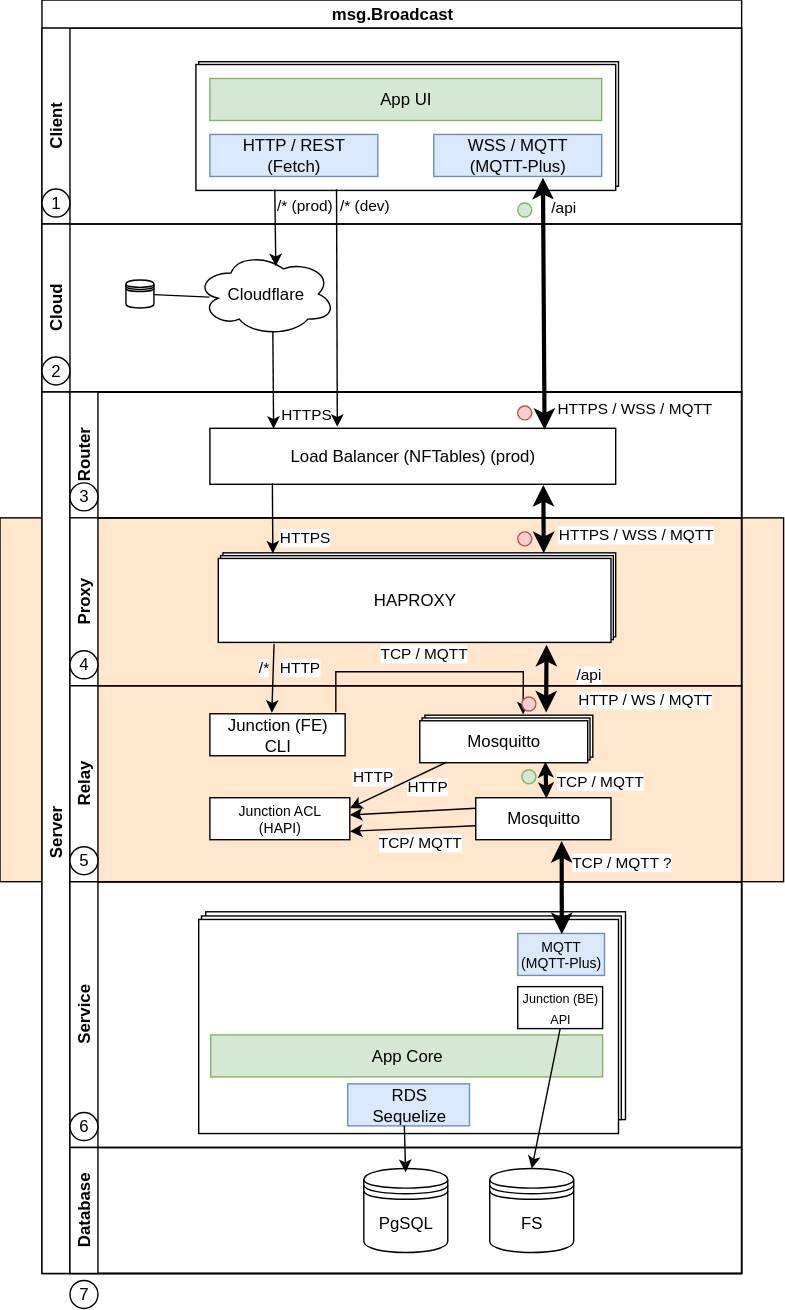
rse/broadcast keeps this draw.io diagram as doc/4-architecture-view.svg. Above is the earlier version. Source tidied: cells renumbered, new cells last; positions are measured from the earlier drawing's top-left corner, leaving out a move shared by most shapes.
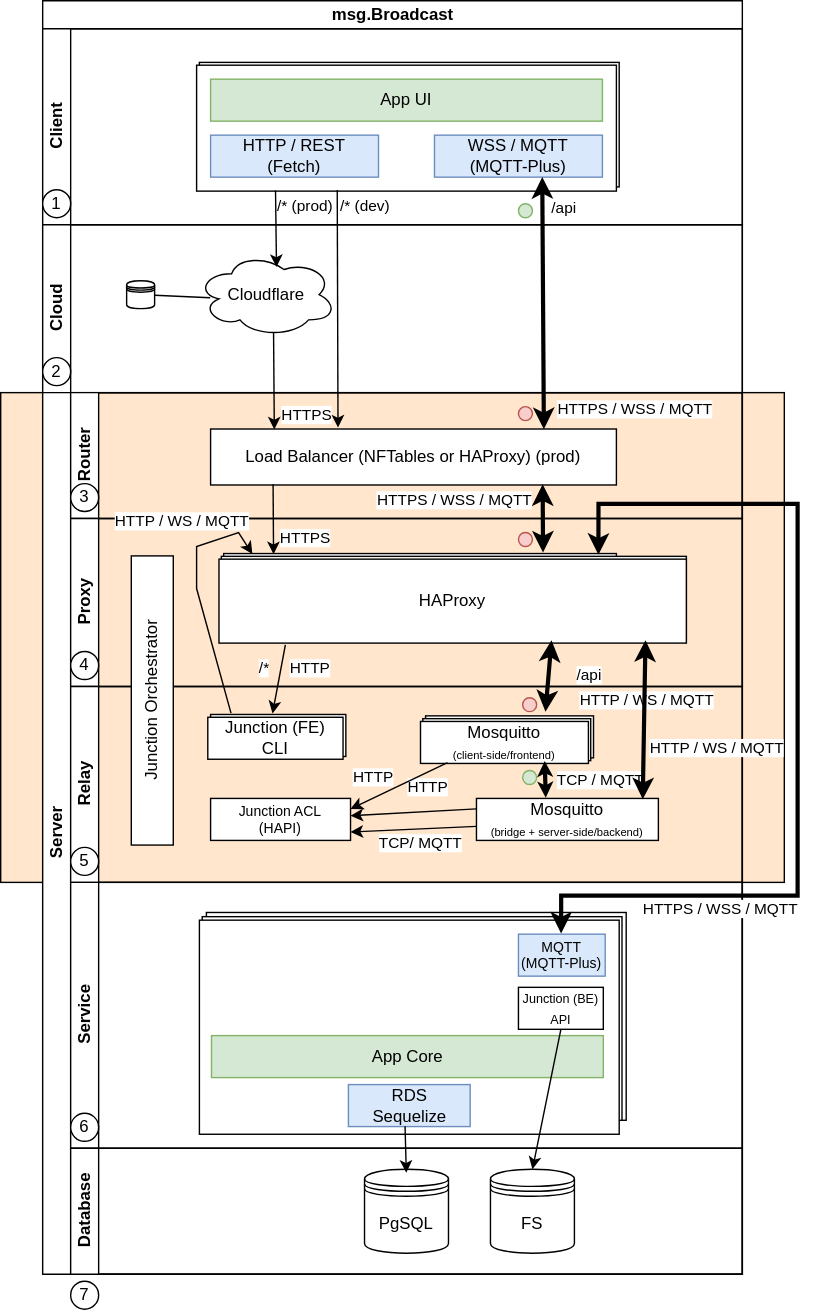
After the commit.

Commit message:
include router into Junction box

Change to the diagram source:
```diff
@@ -3,7 +3,7 @@
     <mxCell id="0" />
     <mxCell id="1" parent="0" />
     <mxCell id="2" style="rounded=0;whiteSpace=wrap;html=1;fillColor=#FFE6CC;" parent="1" vertex="1">
-      <mxGeometry y="370" width="560" height="260" as="geometry" />
+      <mxGeometry y="280" width="560" height="350" as="geometry" />
     </mxCell>
     <mxCell id="3" value="msg.Broadcast" style="swimlane;horizontal=1;startSize=20;html=1;" parent="1" vertex="1">
       <mxGeometry x="30" width="500" height="910" as="geometry" />
@@ -53,7 +53,7 @@
     <mxCell id="18" value="Router" style="swimlane;startSize=20;horizontal=0;html=1;" parent="17" vertex="1">
       <mxGeometry x="20" width="480" height="90" as="geometry" />
     </mxCell>
-    <mxCell id="19" value="Load Balancer (NFTables) (prod)" style="rounded=0;whiteSpace=wrap;html=1;" parent="18" vertex="1">
+    <mxCell id="19" value="Load Balancer (NFTables or HAProxy) (prod)" style="rounded=0;whiteSpace=wrap;html=1;" parent="18" vertex="1">
       <mxGeometry x="100" y="26" width="290" height="40" as="geometry" />
     </mxCell>
     <mxCell id="20" value="3" style="ellipse;whiteSpace=wrap;html=1;" parent="18" vertex="1">
@@ -69,10 +69,10 @@
       <mxGeometry x="109.4" y="25" width="280.6" height="60" as="geometry" />
     </mxCell>
     <mxCell id="24" style="rounded=0;whiteSpace=wrap;html=1;" parent="22" vertex="1">
-      <mxGeometry x="107.7" y="27" width="280.6" height="60" as="geometry" />
+      <mxGeometry x="107.7" y="27" width="332.3" height="60" as="geometry" />
     </mxCell>
-    <mxCell id="25" value="HAPROXY" style="rounded=0;whiteSpace=wrap;html=1;" parent="22" vertex="1">
-      <mxGeometry x="106" y="29" width="280.6" height="60" as="geometry" />
+    <mxCell id="25" value="HAProxy" style="rounded=0;whiteSpace=wrap;html=1;" parent="22" vertex="1">
+      <mxGeometry x="106" y="29" width="334" height="60" as="geometry" />
     </mxCell>
     <mxCell id="26" value="4" style="ellipse;whiteSpace=wrap;html=1;" parent="22" vertex="1">
       <mxGeometry y="95" width="20" height="20" as="geometry" />
@@ -89,11 +89,11 @@
     <mxCell id="30" style="rounded=0;whiteSpace=wrap;html=1;" parent="28" vertex="1">
       <mxGeometry x="251.6" y="23" width="120" height="30" as="geometry" />
     </mxCell>
-    <mxCell id="31" value="Mosquitto" style="rounded=0;whiteSpace=wrap;html=1;" parent="28" vertex="1">
+    <mxCell id="31" value="Mosquitto&lt;br&gt;&lt;font style=&quot;font-size: 8px;&quot;&gt;(client-side/frontend)&lt;/font&gt;" style="rounded=0;whiteSpace=wrap;html=1;" parent="28" vertex="1">
       <mxGeometry x="250" y="25" width="120" height="30" as="geometry" />
     </mxCell>
-    <mxCell id="32" value="Mosquitto" style="rounded=0;whiteSpace=wrap;html=1;" parent="28" vertex="1">
-      <mxGeometry x="290" y="80" width="96.7" height="30" as="geometry" />
+    <mxCell id="32" value="Mosquitto&lt;br&gt;&lt;font style=&quot;font-size: 8px;&quot;&gt;(bridge + server-side/backend)&lt;/font&gt;" style="rounded=0;whiteSpace=wrap;html=1;" parent="28" vertex="1">
+      <mxGeometry x="290" y="80" width="130" height="30" as="geometry" />
     </mxCell>
     <mxCell id="33" value="5" style="ellipse;whiteSpace=wrap;html=1;" parent="28" vertex="1">
       <mxGeometry y="115" width="20" height="20" as="geometry" />
@@ -111,20 +111,6 @@
     <mxCell id="36" value="Junction (FE)&lt;br&gt;CLI" style="rounded=0;whiteSpace=wrap;html=1;" parent="28" vertex="1">
       <mxGeometry x="100" y="20" width="96.7" height="30" as="geometry" />
     </mxCell>
-    <mxCell id="37" style="endArrow=classic;html=1;rounded=0;entryX=0.585;entryY=-0.018;entryDx=0;entryDy=0;entryPerimeter=0;" parent="28" edge="1" target="29">
-      <mxGeometry relative="1" as="geometry">
-        <mxPoint x="190" y="19" as="sourcePoint" />
-        <Array as="points">
-          <mxPoint x="190" y="-10" />
-          <mxPoint x="324" y="-10" />
-        </Array>
-      </mxGeometry>
-    </mxCell>
-    <mxCell id="38" value="TCP / MQTT" style="edgeLabel;html=1;align=left;verticalAlign=bottom;" parent="37" vertex="1">
-      <mxGeometry x="-1" relative="1" as="geometry">
-        <mxPoint x="30" y="-34" as="offset" />
-      </mxGeometry>
-    </mxCell>
     <mxCell id="39" style="ellipse;whiteSpace=wrap;html=1;fillColor=#f8cecc;strokeColor=#b85450;" parent="28" vertex="1">
       <mxGeometry x="323" y="8" width="10" height="10" as="geometry" />
     </mxCell>
@@ -140,6 +126,9 @@
         <mxPoint x="200" y="104" as="targetPoint" />
       </mxGeometry>
     </mxCell>
+    <mxCell id="84" value="Junction (FE)&lt;br&gt;CLI" style="rounded=0;whiteSpace=wrap;html=1;" parent="28" vertex="1">
+      <mxGeometry x="98" y="22" width="96.7" height="30" as="geometry" />
+    </mxCell>
     <mxCell id="43" value="Service" style="swimlane;startSize=20;horizontal=0;html=1;" parent="17" vertex="1">
       <mxGeometry x="20" y="350" width="480" height="190" as="geometry" />
     </mxCell>
@@ -192,10 +181,10 @@
     </mxCell>
     <mxCell id="59" value="HTTPS / WSS / MQTT" style="edgeLabel;html=1;align=right;verticalAlign=bottom;" parent="58" vertex="1">
       <mxGeometry x="1" relative="1" as="geometry">
-        <mxPoint x="122" y="-5" as="offset" />
+        <mxPoint x="-8" y="-30" as="offset" />
       </mxGeometry>
     </mxCell>
-    <mxCell id="60" style="endArrow=classic;html=1;rounded=0;exitX=0.834;exitY=1.02;exitDx=0;exitDy=0;exitPerimeter=0;entryX=0.718;entryY=-0.081;entryDx=0;entryDy=0;entryPerimeter=0;startArrow=classic;startFill=1;strokeWidth=3;" parent="17" edge="1" source="25" target="29">
+    <mxCell id="60" style="endArrow=classic;html=1;rounded=0;exitX=0.713;exitY=0.975;exitDx=0;exitDy=0;exitPerimeter=0;entryX=0.718;entryY=-0.081;entryDx=0;entryDy=0;entryPerimeter=0;startArrow=classic;startFill=1;strokeWidth=3;" parent="17" edge="1" source="25" target="29">
       <mxGeometry relative="1" as="geometry" />
     </mxCell>
     <mxCell id="61" value="HTTP / WS / MQTT" style="edgeLabel;html=1;align=right;verticalAlign=bottom;" parent="60" vertex="1">
@@ -214,17 +203,46 @@
     <mxCell id="64" style="endArrow=classic;html=1;rounded=0;entryX=0.498;entryY=0.043;entryDx=0;entryDy=0;entryPerimeter=0;exitX=0.465;exitY=0.993;exitDx=0;exitDy=0;exitPerimeter=0;" parent="17" edge="1" source="49" target="52">
       <mxGeometry relative="1" as="geometry" />
     </mxCell>
-    <mxCell id="65" style="endArrow=classic;html=1;rounded=0;startArrow=classic;startFill=1;exitX=0.63;exitY=1.017;exitDx=0;exitDy=0;exitPerimeter=0;entryX=0.5;entryY=0;entryDx=0;entryDy=0;strokeWidth=3;" parent="17" edge="1" source="32" target="48">
-      <mxGeometry relative="1" as="geometry" />
+    <mxCell id="65" style="endArrow=classic;html=1;rounded=0;startArrow=classic;startFill=1;exitX=0.956;exitY=0.024;exitDx=0;exitDy=0;exitPerimeter=0;entryX=0.5;entryY=0;entryDx=0;entryDy=0;strokeWidth=3;edgeStyle=orthogonalEdgeStyle;" parent="17" edge="1" source="23" target="48">
+      <mxGeometry relative="1" as="geometry">
+        <Array as="points">
+          <mxPoint x="398" y="80" />
+          <mxPoint x="540" y="80" />
+          <mxPoint x="540" y="360" />
+          <mxPoint x="371" y="360" />
+        </Array>
+      </mxGeometry>
     </mxCell>
-    <mxCell id="66" value="TCP / MQTT ?" style="edgeLabel;html=1;align=right;verticalAlign=bottom;" parent="65" vertex="1">
+    <mxCell id="66" value="HTTPS / WSS / MQTT" style="edgeLabel;html=1;align=right;verticalAlign=bottom;" parent="65" vertex="1">
       <mxGeometry x="1" relative="1" as="geometry">
-        <mxPoint x="79" y="-42" as="offset" />
+        <mxPoint x="169" y="-10" as="offset" />
       </mxGeometry>
     </mxCell>
     <mxCell id="67" style="endArrow=classic;html=1;rounded=0;entryX=0.5;entryY=0;entryDx=0;entryDy=0;exitX=0.5;exitY=1;exitDx=0;exitDy=0;" parent="17" edge="1" source="50" target="55">
       <mxGeometry relative="1" as="geometry" />
     </mxCell>
+    <mxCell id="85" style="endArrow=classic;html=1;rounded=0;exitX=0.914;exitY=0.975;exitDx=0;exitDy=0;exitPerimeter=0;startArrow=classic;startFill=1;strokeWidth=3;entryX=0.918;entryY=0.039;entryDx=0;entryDy=0;entryPerimeter=0;" parent="17" edge="1" source="25" target="32">
+      <mxGeometry relative="1" as="geometry" />
+    </mxCell>
+    <mxCell id="86" value="HTTP / WS / MQTT" style="edgeLabel;html=1;align=right;verticalAlign=bottom;" parent="85" vertex="1">
+      <mxGeometry x="1" relative="1" as="geometry">
+        <mxPoint x="101" y="-29" as="offset" />
+      </mxGeometry>
+    </mxCell>
+    <mxCell id="37" style="endArrow=classic;html=1;rounded=0;entryX=0.073;entryY=0.006;entryDx=0;entryDy=0;entryPerimeter=0;exitX=0.151;exitY=-0.032;exitDx=0;exitDy=0;exitPerimeter=0;" parent="17" edge="1" source="36" target="23">
+      <mxGeometry relative="1" as="geometry">
+        <Array as="points">
+          <mxPoint x="110" y="140" />
+          <mxPoint x="110" y="110" />
+          <mxPoint x="140" y="100" />
+        </Array>
+      </mxGeometry>
+    </mxCell>
+    <mxCell id="38" value="HTTP / WS / MQTT" style="edgeLabel;html=1;align=left;verticalAlign=bottom;" parent="37" vertex="1">
+      <mxGeometry x="-1" relative="1" as="geometry">
+        <mxPoint x="-85" y="-129" as="offset" />
+      </mxGeometry>
+    </mxCell>
     <mxCell id="68" style="endArrow=classic;html=1;rounded=0;exitX=0.188;exitY=0.995;exitDx=0;exitDy=0;exitPerimeter=0;entryX=0.571;entryY=0.17;entryDx=0;entryDy=0;entryPerimeter=0;" parent="3" edge="1" source="6" target="13">
       <mxGeometry relative="1" as="geometry" />
     </mxCell>
@@ -285,5 +303,8 @@
     <mxCell id="83" value="TCP/ MQTT" style="edgeLabel;html=1;align=right;verticalAlign=bottom;" parent="1" vertex="1">
       <mxGeometry x="330" y="610" as="geometry" />
     </mxCell>
+    <mxCell id="87" value="Junction Orchestrator" style="rounded=0;whiteSpace=wrap;html=1;rotation=-90;" parent="1" vertex="1">
+      <mxGeometry x="5" y="485" width="206.7" height="30" as="geometry" />
+    </mxCell>
   </root>
 </mxGraphModel>
```
